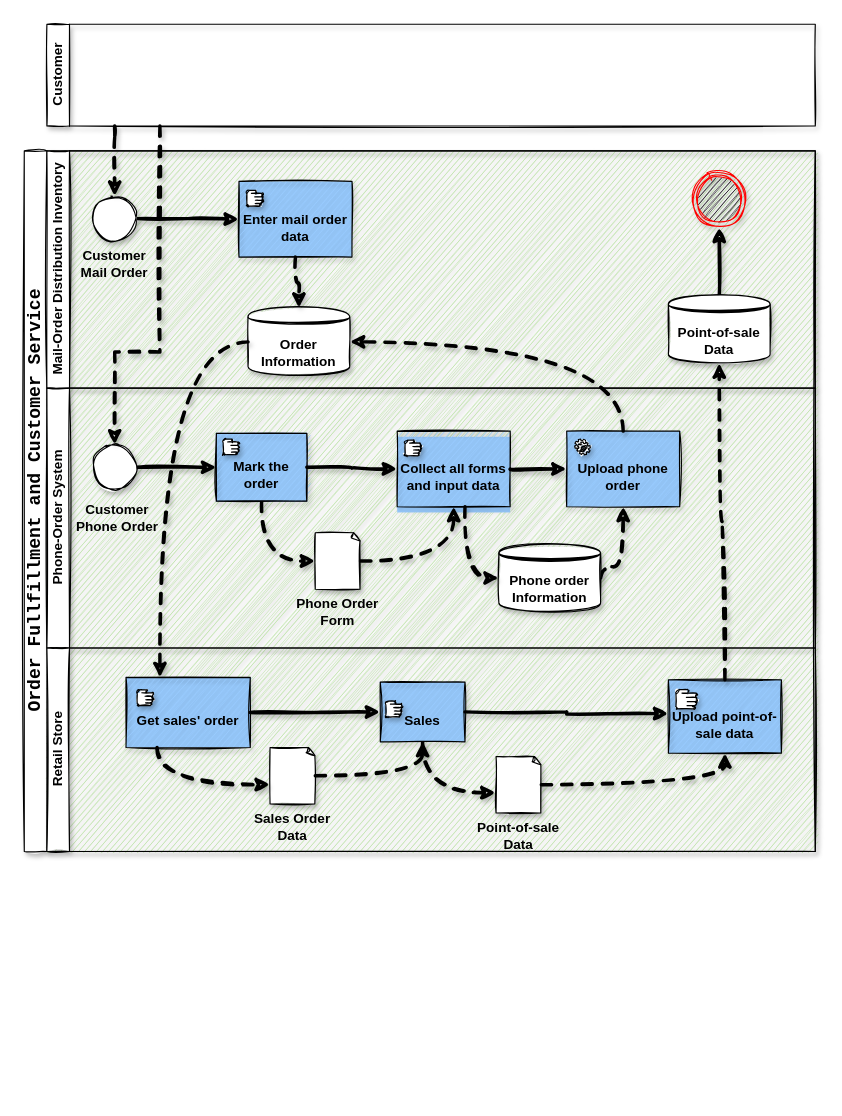
Above: BPR_TO_BE_Swimlane_diagram.drawio in YuanchenZhu2020/DrawIO (draw.io), before the change. Source tidied: cells renumbered, new cells numbered last; positions are measured from the earlier drawing's top-left corner, leaving out a move shared by most shapes. Both pictures are drawn from the tidied source at 113%, with x=0, y=0 at pixel (24, 24).
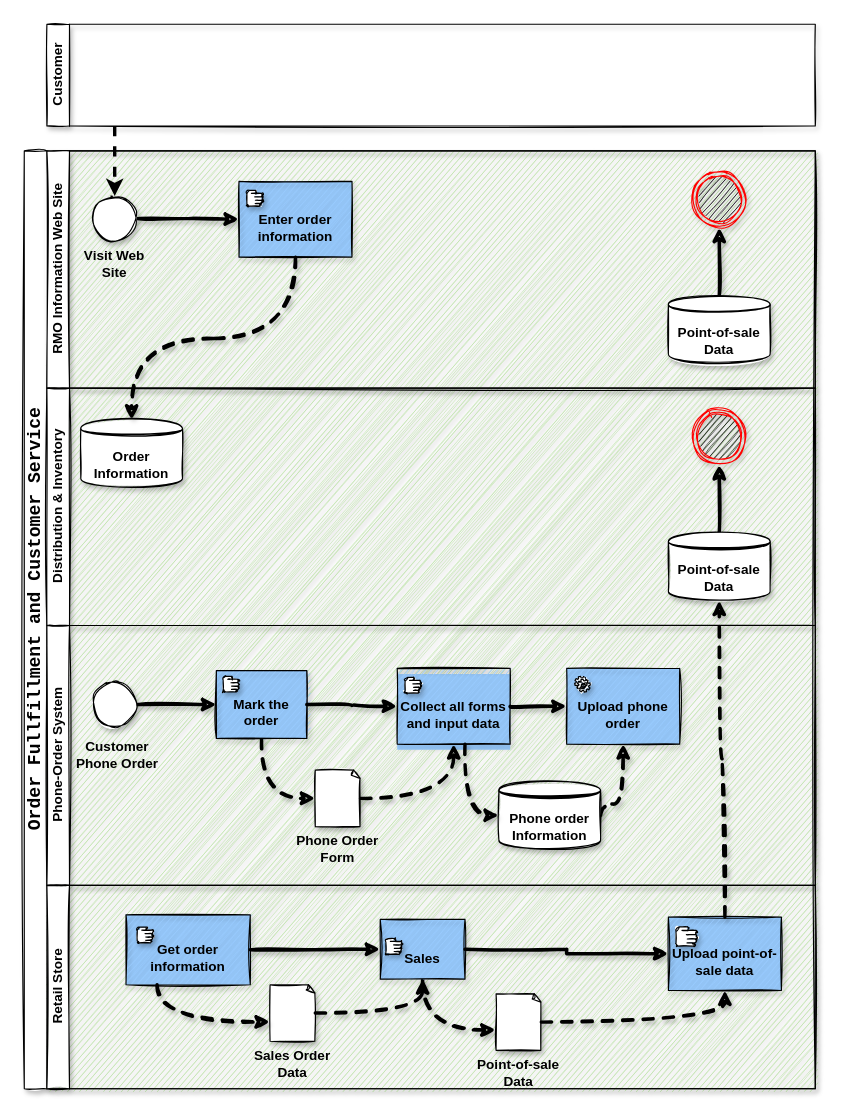
The same page after the edit.

Unchanged cells that the change refers to:
```xml
<mxCell id="20" style="ellipse;whiteSpace=wrap;html=1;shadow=1;sketch=1;" parent="19" vertex="1">
  <mxGeometry x="15" width="40" height="40" as="geometry" />
</mxCell>
<mxCell id="38" value="&lt;b&gt;&lt;br&gt;Upload phone order&lt;/b&gt;" style="rounded=0;whiteSpace=wrap;html=1;shadow=1;glass=0;sketch=1;fillColor=#99CCFF;" parent="37" vertex="1">
  <mxGeometry width="100" height="67" as="geometry" />
</mxCell>
<mxCell id="45" style="group;fillColor=#99CCFF;" parent="44" vertex="1">
  <mxGeometry x="70" y="26" width="110" height="62" as="geometry" />
</mxCell>
<mxCell id="59" value="&lt;b&gt;&lt;br&gt;Sales&lt;/b&gt;" style="rounded=0;whiteSpace=wrap;html=1;shadow=1;glass=0;sketch=1;fillColor=#99CCFF;" parent="58" vertex="1">
  <mxGeometry width="75" height="53" as="geometry" />
</mxCell>
<mxCell id="63" value="&lt;b&gt;&lt;br&gt;Upload point-of-sale data&lt;/b&gt;" style="rounded=0;whiteSpace=wrap;html=1;shadow=1;glass=0;sketch=1;fillColor=#99CCFF;" parent="62" vertex="1">
  <mxGeometry width="100" height="65" as="geometry" />
</mxCell>
<mxCell id="71" value="Customer" style="swimlane;html=1;startSize=20;horizontal=0;shadow=1;sketch=1;" parent="1" vertex="1">
  <mxGeometry x="20" width="680" height="90" as="geometry" />
</mxCell>
```

The edit, as a diff of the source:
```diff
@@
     <mxCell id="2" value="&lt;div style=&quot;font-family: &amp;#34;consolas&amp;#34; , &amp;#34;courier new&amp;#34; , monospace ; font-weight: normal ; line-height: 27px&quot;&gt;&lt;span style=&quot;font-weight: bold&quot;&gt;&lt;font style=&quot;font-size: 16px&quot;&gt;Order&amp;nbsp;Fullfillment&amp;nbsp;and&amp;nbsp;Customer&amp;nbsp;Service&lt;/font&gt;&lt;/span&gt;&lt;/div&gt;" style="swimlane;html=1;horizontal=0;startSize=20;shadow=1;sketch=1;swimlaneFillColor=#B9E0A5;rounded=0;glass=0;" parent="1" vertex="1">
-      <mxGeometry y="112" width="700" height="620" as="geometry" />
+      <mxGeometry y="112" width="700" height="830" as="geometry" />
     </mxCell>
+    <mxCell id="73" value="RMO Information Web Site" style="swimlane;html=1;startSize=20;horizontal=0;shadow=1;sketch=1;" parent="2" vertex="1">
+      <mxGeometry x="20" width="680" height="210" as="geometry" />
+    </mxCell>
+    <mxCell id="74" style="edgeStyle=orthogonalEdgeStyle;sketch=1;jettySize=auto;html=1;entryX=0;entryY=0.5;entryDx=0;entryDy=0;shadow=1;strokeWidth=3;rounded=0;" parent="73" edge="1" source="13" target="75">
+      <mxGeometry relative="1" as="geometry" />
+    </mxCell>
+    <mxCell id="6" style="group;fillColor=#99CCFF;" parent="73" vertex="1">
+      <mxGeometry x="170" y="27" width="100" height="67" as="geometry" />
+    </mxCell>
+    <mxCell id="75" value="&lt;b&gt;&lt;br&gt;Enter order information&lt;/b&gt;" style="rounded=0;whiteSpace=wrap;html=1;shadow=1;glass=0;sketch=1;fillColor=#99CCFF;" parent="6" vertex="1">
+      <mxGeometry width="100" height="67" as="geometry" />
+    </mxCell>
+    <mxCell id="8" style="shape=mxgraph.bpmn.manual_task;html=1;rounded=0;shadow=1;glass=0;sketch=1;" parent="6" vertex="1">
+      <mxGeometry x="7" y="8" width="14" height="14" as="geometry" />
+    </mxCell>
+    <mxCell id="76" style="edgeStyle=orthogonalEdgeStyle;sketch=1;jettySize=auto;html=1;shadow=1;strokeWidth=3;rounded=0;" parent="73" edge="1" source="77" target="79">
+      <mxGeometry relative="1" as="geometry" />
+    </mxCell>
+    <mxCell id="77" value="&lt;b&gt;Point-of-sale Data&lt;/b&gt;" style="shape=datastore;whiteSpace=wrap;html=1;rounded=0;shadow=1;glass=0;sketch=1;" parent="73" vertex="1">
+      <mxGeometry x="550" y="128" width="90" height="60" as="geometry" />
+    </mxCell>
+    <mxCell id="12" style="group;" parent="73" vertex="1">
+      <mxGeometry x="25" y="40" width="70" height="70" as="geometry" />
+    </mxCell>
+    <mxCell id="13" style="ellipse;whiteSpace=wrap;html=1;shadow=1;sketch=1;" parent="12" vertex="1">
+      <mxGeometry x="15" width="40" height="40" as="geometry" />
+    </mxCell>
+    <mxCell id="78" value="&lt;b&gt;Visit Web Site&lt;/b&gt;" style="text;html=1;strokeColor=none;fillColor=none;align=center;verticalAlign=middle;whiteSpace=wrap;rounded=0;shadow=1;glass=0;" parent="12" vertex="1">
+      <mxGeometry y="50" width="70" height="20" as="geometry" />
+    </mxCell>
+    <mxCell id="79" style="ellipse;html=1;shape=endState;fillColor=#000000;strokeColor=#ff0000;rounded=0;shadow=1;glass=0;sketch=1;" parent="73" vertex="1">
+      <mxGeometry x="570.5" y="18" width="49" height="50" as="geometry" />
+    </mxCell>
-    <mxCell id="3" value="Mail-Order Distribution Inventory" style="swimlane;html=1;startSize=20;horizontal=0;shadow=1;sketch=1;" parent="2" vertex="1">
-      <mxGeometry x="20" width="680" height="210" as="geometry" />
+    <mxCell id="3" value="Distribution &amp;amp; Inventory" style="swimlane;html=1;startSize=20;horizontal=0;shadow=1;sketch=1;" parent="2" vertex="1">
+      <mxGeometry x="20" y="210" width="680" height="210" as="geometry" />
     </mxCell>
-    <mxCell id="4" style="edgeStyle=orthogonalEdgeStyle;sketch=1;jettySize=auto;html=1;entryX=0;entryY=0.5;entryDx=0;entryDy=0;shadow=1;strokeWidth=3;rounded=0;" parent="3" edge="1" source="13" target="7">
-      <mxGeometry relative="1" as="geometry" />
-    </mxCell>
-    <mxCell id="5" value="&lt;b&gt;Order Information&lt;/b&gt;" style="shape=datastore;whiteSpace=wrap;html=1;rounded=0;shadow=1;glass=0;sketch=1;" parent="3" vertex="1">
-      <mxGeometry x="178" y="139" width="90" height="60" as="geometry" />
-    </mxCell>
-    <mxCell id="6" style="group;fillColor=#99CCFF;" parent="3" vertex="1">
-      <mxGeometry x="170" y="27" width="100" height="67" as="geometry" />
-    </mxCell>
-    <mxCell id="7" value="&lt;b&gt;&lt;br&gt;Enter mail order data&lt;/b&gt;" style="rounded=0;whiteSpace=wrap;html=1;shadow=1;glass=0;sketch=1;fillColor=#99CCFF;" parent="6" vertex="1">
-      <mxGeometry width="100" height="67" as="geometry" />
-    </mxCell>
-    <mxCell id="8" style="shape=mxgraph.bpmn.manual_task;html=1;rounded=0;shadow=1;glass=0;sketch=1;" parent="6" vertex="1">
-      <mxGeometry x="7" y="8" width="14" height="14" as="geometry" />
-    </mxCell>
-    <mxCell id="9" style="edgeStyle=orthogonalEdgeStyle;sketch=1;jettySize=auto;html=1;shadow=1;strokeWidth=3;curved=1;dashed=1;" parent="3" edge="1" source="7" target="5">
-      <mxGeometry relative="1" as="geometry" />
-    </mxCell>
@@
-    <mxCell id="12" style="group;" parent="3" vertex="1">
-      <mxGeometry x="25" y="40" width="70" height="70" as="geometry" />
-    </mxCell>
-    <mxCell id="13" style="ellipse;whiteSpace=wrap;html=1;shadow=1;sketch=1;" parent="12" vertex="1">
-      <mxGeometry x="15" width="40" height="40" as="geometry" />
-    </mxCell>
-    <mxCell id="14" value="&lt;b&gt;Customer Mail Order&lt;/b&gt;" style="text;html=1;strokeColor=none;fillColor=none;align=center;verticalAlign=middle;whiteSpace=wrap;rounded=0;shadow=1;glass=0;" parent="12" vertex="1">
-      <mxGeometry y="50" width="70" height="20" as="geometry" />
-    </mxCell>
@@
+    <mxCell id="5" value="&lt;b&gt;Order Information&lt;/b&gt;" style="shape=datastore;whiteSpace=wrap;html=1;rounded=0;shadow=1;glass=0;sketch=1;" parent="3" vertex="1">
+      <mxGeometry x="30" y="28" width="90" height="60" as="geometry" />
+    </mxCell>
     <mxCell id="16" value="Phone-Order System" style="swimlane;html=1;startSize=20;horizontal=0;shadow=1;sketch=1;" parent="2" vertex="1">
-      <mxGeometry x="20" y="210" width="680" height="230" as="geometry" />
+      <mxGeometry x="20" y="420" width="680" height="230" as="geometry" />
     </mxCell>
@@
     <mxCell id="44" value="Retail Store" style="swimlane;html=1;startSize=20;horizontal=0;shadow=1;sketch=1;" parent="2" vertex="1">
-      <mxGeometry x="20" y="440" width="680" height="180" as="geometry" />
+      <mxGeometry x="20" y="650" width="680" height="180" as="geometry" />
     </mxCell>
@@
-    <mxCell id="46" value="&lt;b&gt;&lt;br&gt;Get sales' order&lt;/b&gt;" style="rounded=0;whiteSpace=wrap;html=1;shadow=1;glass=0;sketch=1;fillColor=#99CCFF;" parent="45" vertex="1">
+    <mxCell id="46" value="&lt;b&gt;&lt;br&gt;Get order information&lt;/b&gt;" style="rounded=0;whiteSpace=wrap;html=1;shadow=1;glass=0;sketch=1;fillColor=#99CCFF;" parent="45" vertex="1">
       <mxGeometry width="110" height="62" as="geometry" />
     </mxCell>
@@
-    <mxCell id="66" style="edgeStyle=orthogonalEdgeStyle;sketch=1;jettySize=auto;html=1;shadow=1;strokeWidth=3;dashed=1;curved=1;exitX=0.5;exitY=0;exitDx=0;exitDy=0;" parent="2" edge="1" source="38" target="5">
-      <mxGeometry relative="1" as="geometry">
-        <Array as="points">
-          <mxPoint x="530" y="169" />
-        </Array>
-      </mxGeometry>
-    </mxCell>
-    <mxCell id="67" style="edgeStyle=orthogonalEdgeStyle;curved=1;sketch=1;jettySize=auto;html=1;shadow=1;dashed=1;strokeWidth=3;exitX=0;exitY=0.5;exitDx=0;exitDy=0;" parent="2" edge="1" source="5" target="46">
-      <mxGeometry relative="1" as="geometry">
-        <Array as="points">
-          <mxPoint x="120" y="169" />
-        </Array>
-      </mxGeometry>
-    </mxCell>
+    <mxCell id="72" style="edgeStyle=orthogonalEdgeStyle;sketch=1;jettySize=auto;html=1;shadow=1;strokeWidth=3;rounded=0;" parent="44" edge="1" source="59" target="63">
+      <mxGeometry relative="1" as="geometry" />
+    </mxCell>
@@
+    <mxCell id="80" style="edgeStyle=orthogonalEdgeStyle;sketch=1;jettySize=auto;html=1;shadow=1;strokeWidth=3;curved=1;dashed=1;exitX=0.5;exitY=1;exitDx=0;exitDy=0;" parent="2" edge="1" source="75" target="5">
+      <mxGeometry relative="1" as="geometry" />
+    </mxCell>
-    <mxCell id="69" style="edgeStyle=orthogonalEdgeStyle;rounded=0;sketch=1;jettySize=auto;html=1;shadow=1;strokeWidth=3;dashed=1;" parent="1" edge="1" source="71" target="13">
+    <mxCell id="69" style="edgeStyle=orthogonalEdgeStyle;rounded=0;jettySize=auto;html=1;entryX=0.5;entryY=0;entryDx=0;entryDy=0;strokeWidth=3;dashed=1;" parent="1" edge="1" source="71" target="13">
       <mxGeometry relative="1" as="geometry">
         <Array as="points">
           <mxPoint x="80" y="100" />
           <mxPoint x="80" y="100" />
         </Array>
       </mxGeometry>
     </mxCell>
-    <mxCell id="70" style="edgeStyle=orthogonalEdgeStyle;rounded=0;sketch=1;jettySize=auto;html=1;shadow=1;dashed=1;strokeWidth=3;" parent="1" edge="1" source="71" target="20">
-      <mxGeometry relative="1" as="geometry">
-        <Array as="points">
-          <mxPoint x="120" y="290" />
-          <mxPoint x="80" y="290" />
-        </Array>
-      </mxGeometry>
-    </mxCell>
@@
-    <mxCell id="72" style="edgeStyle=orthogonalEdgeStyle;sketch=1;jettySize=auto;html=1;shadow=1;strokeWidth=3;rounded=0;" parent="1" edge="1" source="59">
-      <mxGeometry relative="1" as="geometry">
-        <mxPoint x="570" y="610" as="targetPoint" />
-      </mxGeometry>
-    </mxCell>
```
